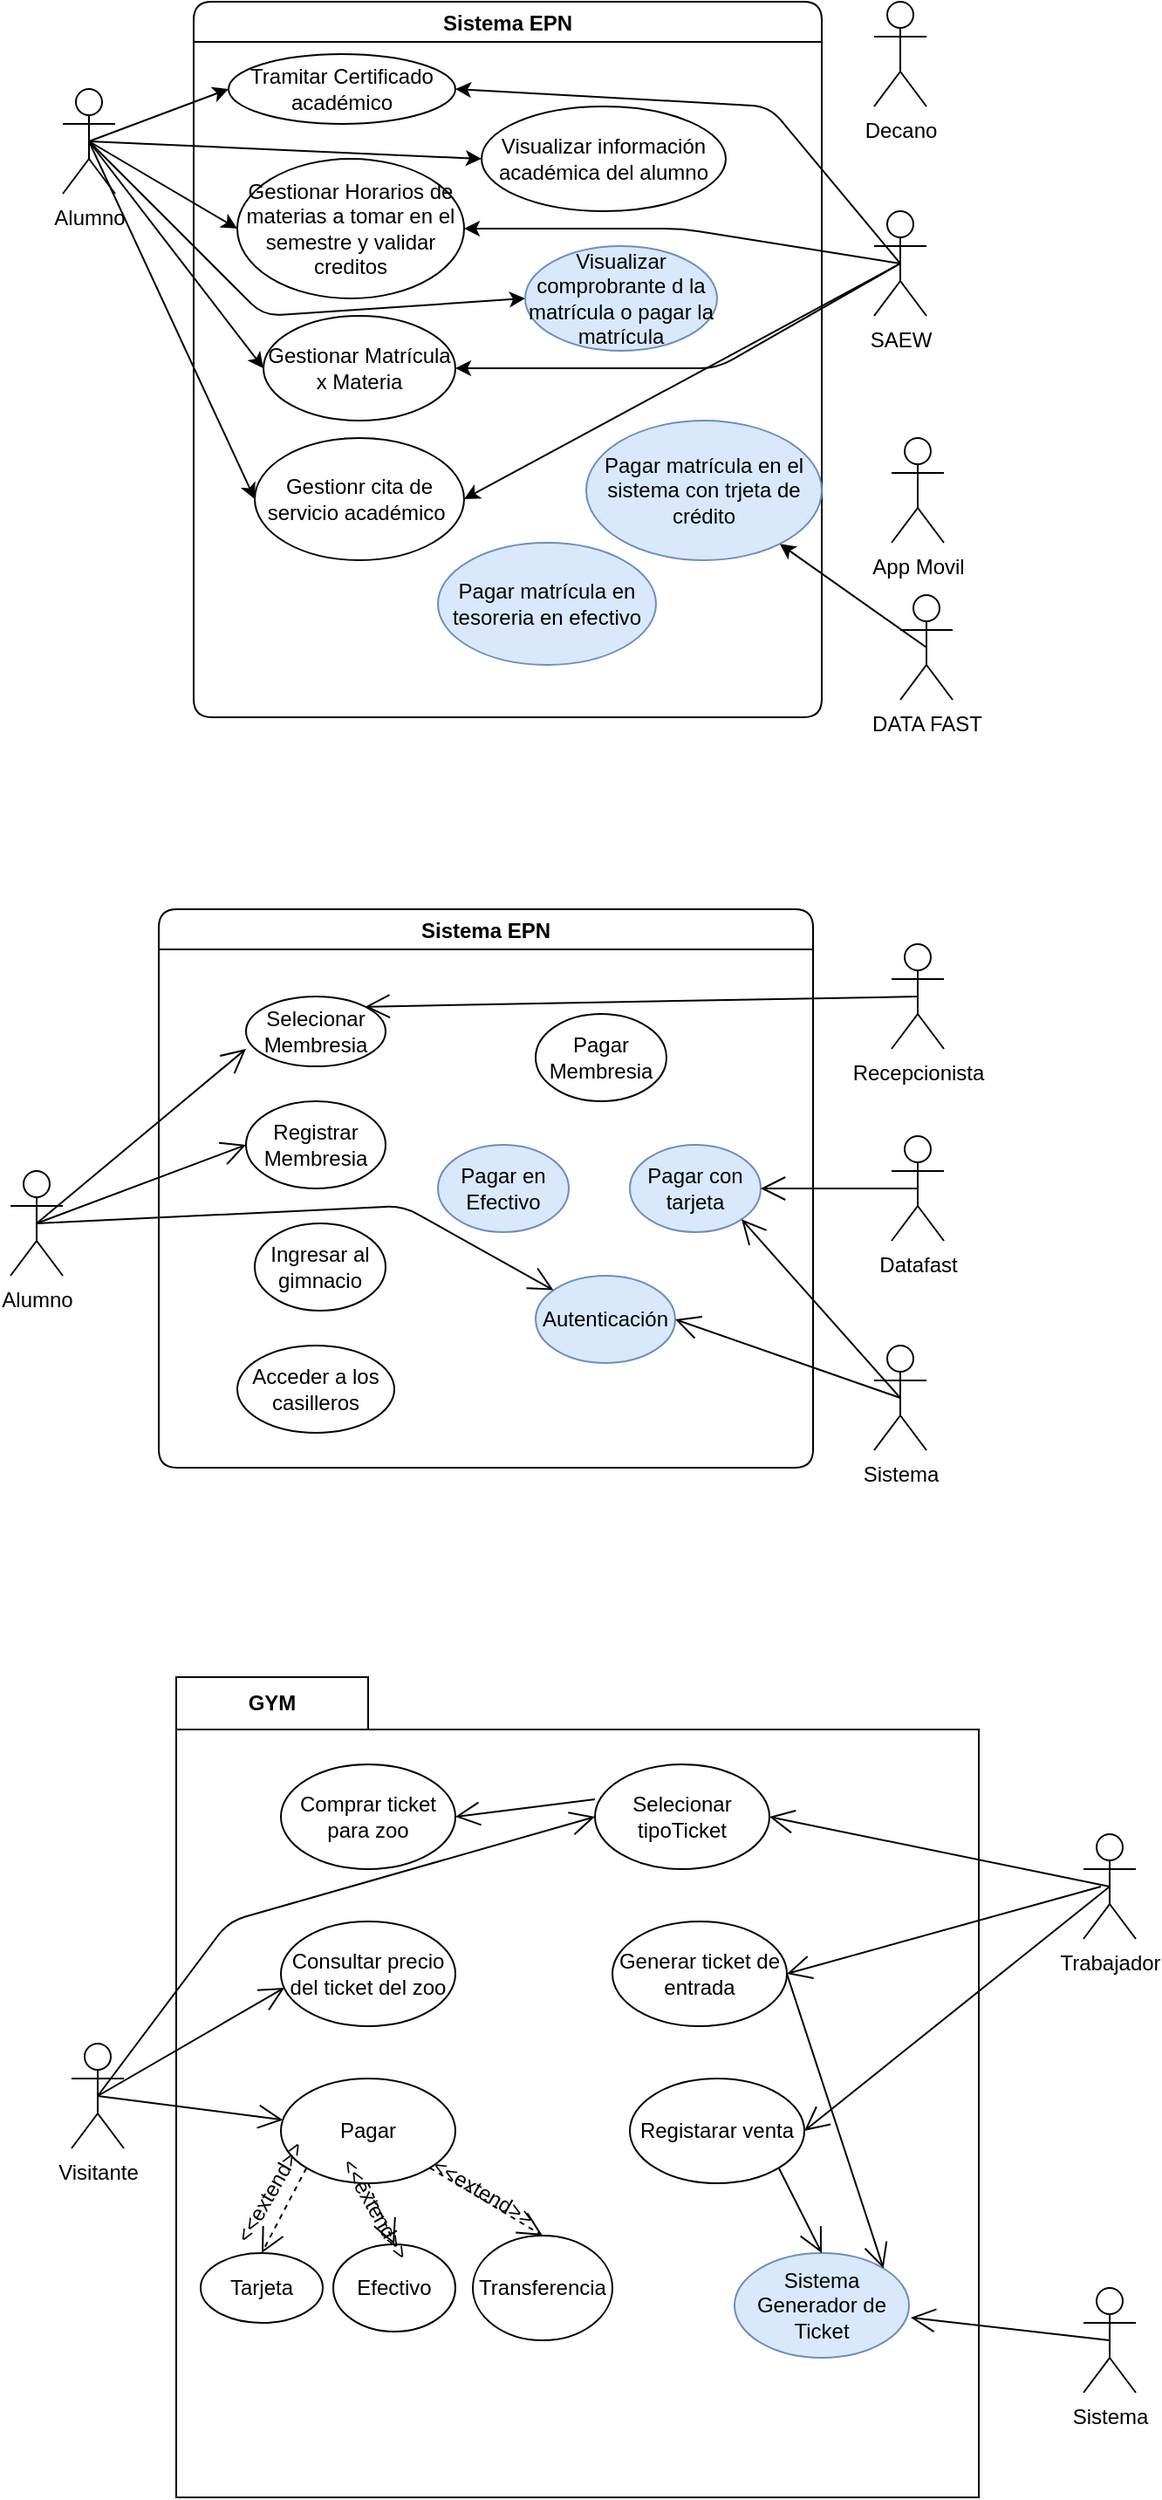
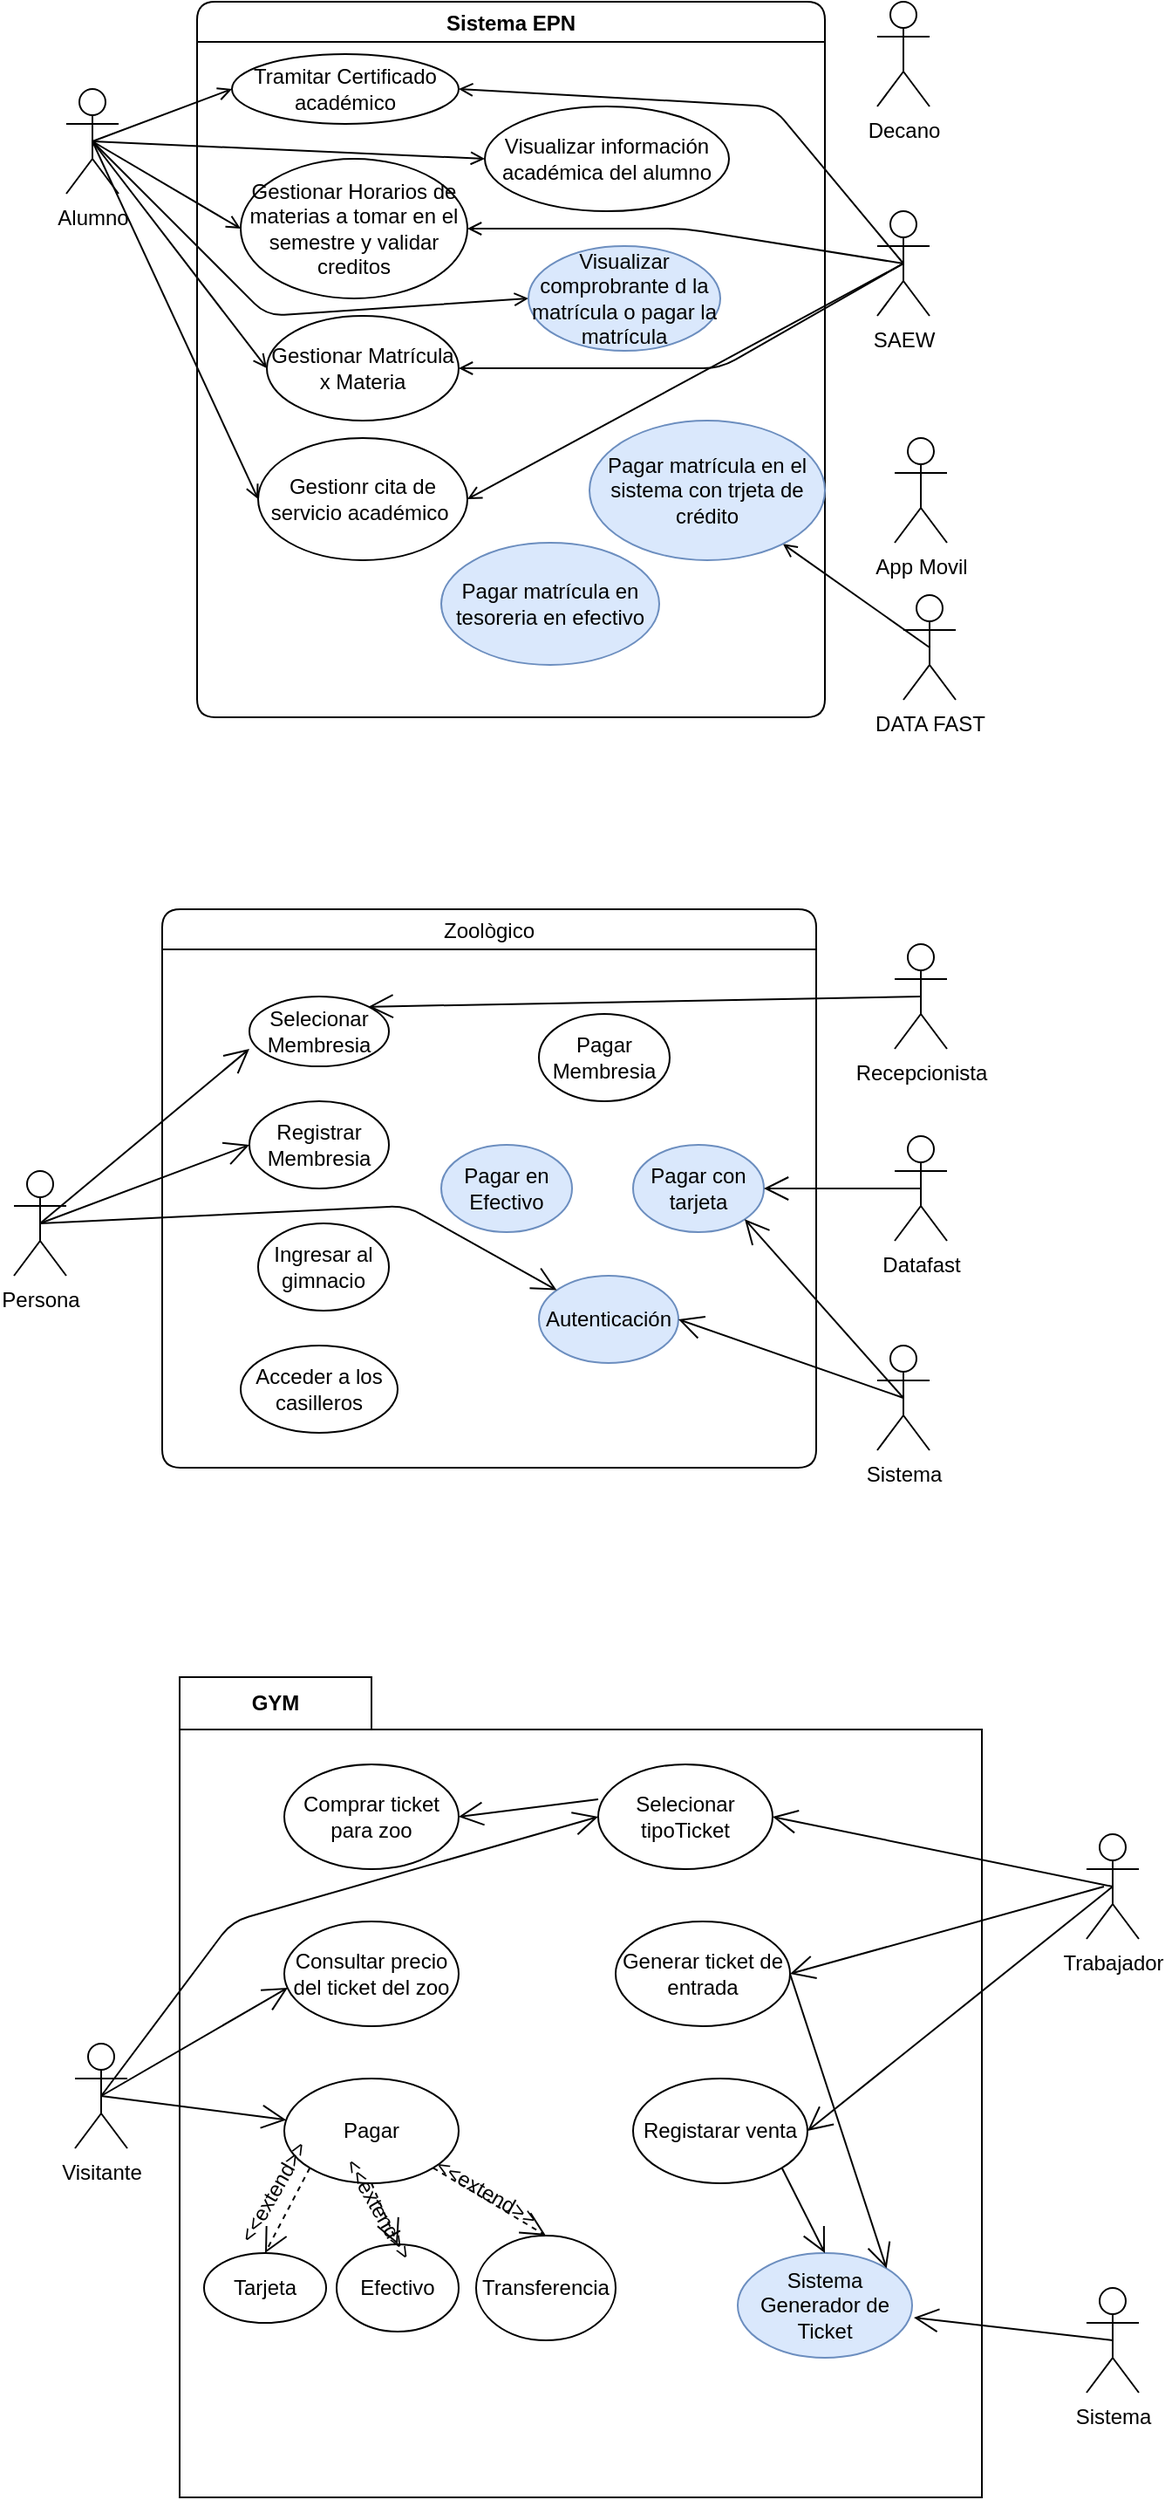
<mxfile host="65bd71144e">
    <diagram id="amYznTrUysAoOJKTi9GL" name="Página-1">
-         <mxGraphModel dx="5118" dy="3353" grid="1" gridSize="10" guides="1" tooltips="1" connect="1" arrows="1" fold="1" page="1" pageScale="1" pageWidth="827" pageHeight="1169" math="0" shadow="0">
+         <mxGraphModel dx="3934" dy="2887" grid="1" gridSize="10" guides="1" tooltips="1" connect="1" arrows="1" fold="1" page="1" pageScale="1" pageWidth="827" pageHeight="1169" math="0" shadow="0">
            <root>
                <mxCell id="0"/>
                <mxCell id="1" parent="0"/>
-                 <mxCell id="2" style="edgeStyle=none;html=1;exitX=0.5;exitY=0.5;exitDx=0;exitDy=0;exitPerimeter=0;entryX=0;entryY=0.5;entryDx=0;entryDy=0;rounded=1;" parent="1" target="23" edge="1">
-                     <mxGeometry relative="1" as="geometry">
-                         <mxPoint x="-3150" y="-2080" as="sourcePoint"/>
-                     </mxGeometry>
-                 </mxCell>
-                 <mxCell id="3" style="edgeStyle=none;html=1;exitX=0.5;exitY=0.5;exitDx=0;exitDy=0;exitPerimeter=0;entryX=0;entryY=0.5;entryDx=0;entryDy=0;rounded=1;" parent="1" target="13" edge="1">
-                     <mxGeometry relative="1" as="geometry">
-                         <mxPoint x="-3150" y="-2080" as="sourcePoint"/>
-                     </mxGeometry>
-                 </mxCell>
-                 <mxCell id="4" style="edgeStyle=none;html=1;exitX=0.5;exitY=0.5;exitDx=0;exitDy=0;exitPerimeter=0;rounded=1;" parent="1" edge="1">
+                 <mxCell id="2" style="edgeStyle=none;html=1;exitX=0.5;exitY=0.5;exitDx=0;exitDy=0;exitPerimeter=0;entryX=0;entryY=0.5;entryDx=0;entryDy=0;rounded=1;endArrow=open;endFill=0;" parent="1" target="23" edge="1">
+                     <mxGeometry relative="1" as="geometry">
+                         <mxPoint x="-3150" y="-2080" as="sourcePoint"/>
+                     </mxGeometry>
+                 </mxCell>
+                 <mxCell id="3" style="edgeStyle=none;html=1;exitX=0.5;exitY=0.5;exitDx=0;exitDy=0;exitPerimeter=0;entryX=0;entryY=0.5;entryDx=0;entryDy=0;rounded=1;endArrow=open;endFill=0;" parent="1" target="13" edge="1">
+                     <mxGeometry relative="1" as="geometry">
+                         <mxPoint x="-3150" y="-2080" as="sourcePoint"/>
+                     </mxGeometry>
+                 </mxCell>
+                 <mxCell id="4" style="edgeStyle=none;html=1;exitX=0.5;exitY=0.5;exitDx=0;exitDy=0;exitPerimeter=0;rounded=1;endArrow=open;endFill=0;" parent="1" edge="1">
                    <mxGeometry relative="1" as="geometry">
                        <mxPoint x="-3050" y="-1950" as="targetPoint"/>
                        <mxPoint x="-3150" y="-2080" as="sourcePoint"/>
                    </mxGeometry>
                </mxCell>
-                 <mxCell id="5" style="edgeStyle=none;html=1;exitX=0.5;exitY=0.5;exitDx=0;exitDy=0;exitPerimeter=0;entryX=0;entryY=0.5;entryDx=0;entryDy=0;rounded=1;" parent="1" target="12" edge="1">
-                     <mxGeometry relative="1" as="geometry">
-                         <mxPoint x="-3150" y="-2080" as="sourcePoint"/>
-                     </mxGeometry>
-                 </mxCell>
-                 <mxCell id="6" style="edgeStyle=none;html=1;exitX=0.5;exitY=0.5;exitDx=0;exitDy=0;exitPerimeter=0;entryX=0;entryY=0.5;entryDx=0;entryDy=0;rounded=1;" parent="1" target="19" edge="1">
-                     <mxGeometry relative="1" as="geometry">
-                         <mxPoint x="-3150" y="-2080" as="sourcePoint"/>
-                     </mxGeometry>
-                 </mxCell>
-                 <mxCell id="7" style="edgeStyle=none;rounded=1;html=1;exitX=0.5;exitY=0.5;exitDx=0;exitDy=0;exitPerimeter=0;entryX=0;entryY=0.5;entryDx=0;entryDy=0;" parent="1" target="20" edge="1">
+                 <mxCell id="5" style="edgeStyle=none;html=1;exitX=0.5;exitY=0.5;exitDx=0;exitDy=0;exitPerimeter=0;entryX=0;entryY=0.5;entryDx=0;entryDy=0;rounded=1;endArrow=open;endFill=0;" parent="1" target="12" edge="1">
+                     <mxGeometry relative="1" as="geometry">
+                         <mxPoint x="-3150" y="-2080" as="sourcePoint"/>
+                     </mxGeometry>
+                 </mxCell>
+                 <mxCell id="6" style="edgeStyle=none;html=1;exitX=0.5;exitY=0.5;exitDx=0;exitDy=0;exitPerimeter=0;entryX=0;entryY=0.5;entryDx=0;entryDy=0;rounded=1;endArrow=open;endFill=0;" parent="1" target="19" edge="1">
+                     <mxGeometry relative="1" as="geometry">
+                         <mxPoint x="-3150" y="-2080" as="sourcePoint"/>
+                     </mxGeometry>
+                 </mxCell>
+                 <mxCell id="7" style="edgeStyle=none;rounded=1;html=1;exitX=0.5;exitY=0.5;exitDx=0;exitDy=0;exitPerimeter=0;entryX=0;entryY=0.5;entryDx=0;entryDy=0;endArrow=open;endFill=0;" parent="1" target="20" edge="1">
                    <mxGeometry relative="1" as="geometry">
                        <mxPoint x="-3150" y="-2080" as="sourcePoint"/>
                        <Array as="points">
                            <mxPoint x="-3050" y="-1980"/>
                        </Array>
                    </mxGeometry>
                </mxCell>
-                 <mxCell id="8" style="edgeStyle=none;html=1;exitX=0.5;exitY=0.5;exitDx=0;exitDy=0;exitPerimeter=0;entryX=1;entryY=0.5;entryDx=0;entryDy=0;rounded=1;" parent="1" source="11" target="23" edge="1">
+                 <mxCell id="8" style="edgeStyle=none;html=1;exitX=0.5;exitY=0.5;exitDx=0;exitDy=0;exitPerimeter=0;entryX=1;entryY=0.5;entryDx=0;entryDy=0;rounded=1;endArrow=open;endFill=0;" parent="1" source="11" target="23" edge="1">
                    <mxGeometry relative="1" as="geometry">
                        <Array as="points">
                            <mxPoint x="-2760" y="-2100"/>
                        </Array>
                    </mxGeometry>
                </mxCell>
-                 <mxCell id="9" style="edgeStyle=none;html=1;exitX=0.5;exitY=0.5;exitDx=0;exitDy=0;exitPerimeter=0;entryX=1;entryY=0.5;entryDx=0;entryDy=0;rounded=1;" parent="1" source="11" target="14" edge="1">
+                 <mxCell id="9" style="edgeStyle=none;html=1;exitX=0.5;exitY=0.5;exitDx=0;exitDy=0;exitPerimeter=0;entryX=1;entryY=0.5;entryDx=0;entryDy=0;rounded=1;endArrow=open;endFill=0;" parent="1" source="11" target="14" edge="1">
                    <mxGeometry relative="1" as="geometry">
                        <Array as="points">
                            <mxPoint x="-2790" y="-1950"/>
                        </Array>
                    </mxGeometry>
                </mxCell>
-                 <mxCell id="10" style="edgeStyle=none;html=1;exitX=0.5;exitY=0.5;exitDx=0;exitDy=0;exitPerimeter=0;entryX=1;entryY=0.5;entryDx=0;entryDy=0;rounded=1;" parent="1" source="11" target="12" edge="1">
+                 <mxCell id="10" style="edgeStyle=none;html=1;exitX=0.5;exitY=0.5;exitDx=0;exitDy=0;exitPerimeter=0;entryX=1;entryY=0.5;entryDx=0;entryDy=0;rounded=1;endArrow=open;endFill=0;" parent="1" source="11" target="12" edge="1">
                    <mxGeometry relative="1" as="geometry"/>
                </mxCell>
                <mxCell id="11" value="SAEW&lt;div&gt;&lt;br&gt;&lt;/div&gt;" style="shape=umlActor;verticalLabelPosition=bottom;verticalAlign=top;html=1;outlineConnect=0;rounded=1;" parent="1" vertex="1">
                    <mxGeometry x="-2700" y="-2040" width="30" height="60" as="geometry"/>
                </mxCell>
                <mxCell id="12" value="Gestionr cita de servicio académico&amp;nbsp;" style="ellipse;whiteSpace=wrap;html=1;align=center;newEdgeStyle={&quot;edgeStyle&quot;:&quot;entityRelationEdgeStyle&quot;,&quot;startArrow&quot;:&quot;none&quot;,&quot;endArrow&quot;:&quot;none&quot;,&quot;segment&quot;:10,&quot;curved&quot;:1,&quot;sourcePerimeterSpacing&quot;:0,&quot;targetPerimeterSpacing&quot;:0};treeFolding=1;treeMoving=1;rounded=1;" parent="1" vertex="1">
                    <mxGeometry x="-3055" y="-1910" width="120" height="70" as="geometry"/>
                </mxCell>
                <mxCell id="13" value="Gestionar Horarios de materias a tomar en el semestre y validar creditos" style="ellipse;whiteSpace=wrap;html=1;align=center;newEdgeStyle={&quot;edgeStyle&quot;:&quot;entityRelationEdgeStyle&quot;,&quot;startArrow&quot;:&quot;none&quot;,&quot;endArrow&quot;:&quot;none&quot;,&quot;segment&quot;:10,&quot;curved&quot;:1,&quot;sourcePerimeterSpacing&quot;:0,&quot;targetPerimeterSpacing&quot;:0};treeFolding=1;treeMoving=1;rounded=1;" parent="1" vertex="1">
                    <mxGeometry x="-3065" y="-2070" width="130" height="80" as="geometry"/>
                </mxCell>
                <mxCell id="14" value="Gestionar Matrícula x Materia" style="ellipse;whiteSpace=wrap;html=1;align=center;newEdgeStyle={&quot;edgeStyle&quot;:&quot;entityRelationEdgeStyle&quot;,&quot;startArrow&quot;:&quot;none&quot;,&quot;endArrow&quot;:&quot;none&quot;,&quot;segment&quot;:10,&quot;curved&quot;:1,&quot;sourcePerimeterSpacing&quot;:0,&quot;targetPerimeterSpacing&quot;:0};treeFolding=1;treeMoving=1;rounded=1;" parent="1" vertex="1">
                    <mxGeometry x="-3050" y="-1980" width="110" height="60" as="geometry"/>
                </mxCell>
                <mxCell id="15" value="Decano" style="shape=umlActor;verticalLabelPosition=bottom;verticalAlign=top;html=1;outlineConnect=0;rounded=1;" parent="1" vertex="1">
                    <mxGeometry x="-2700" y="-2160" width="30" height="60" as="geometry"/>
                </mxCell>
-                 <mxCell id="16" style="edgeStyle=none;html=1;exitX=0.5;exitY=0.5;exitDx=0;exitDy=0;exitPerimeter=0;rounded=1;" parent="1" source="17" target="21" edge="1">
+                 <mxCell id="16" style="edgeStyle=none;html=1;exitX=0.5;exitY=0.5;exitDx=0;exitDy=0;exitPerimeter=0;rounded=1;endArrow=open;endFill=0;" parent="1" source="17" target="21" edge="1">
                    <mxGeometry relative="1" as="geometry"/>
                </mxCell>
                <mxCell id="17" value="&lt;div&gt;DATA FAST&lt;/div&gt;" style="shape=umlActor;verticalLabelPosition=bottom;verticalAlign=top;html=1;outlineConnect=0;rounded=1;" parent="1" vertex="1">
                    <mxGeometry x="-2685" y="-1820" width="30" height="60" as="geometry"/>
                </mxCell>
                <mxCell id="18" value="Sistema EPN" style="swimlane;rounded=1;" parent="1" vertex="1">
                    <mxGeometry x="-3090" y="-2160" width="360" height="410" as="geometry"/>
                </mxCell>
                <mxCell id="19" value="Visualizar información académica del alumno" style="ellipse;whiteSpace=wrap;html=1;align=center;newEdgeStyle={&quot;edgeStyle&quot;:&quot;entityRelationEdgeStyle&quot;,&quot;startArrow&quot;:&quot;none&quot;,&quot;endArrow&quot;:&quot;none&quot;,&quot;segment&quot;:10,&quot;curved&quot;:1,&quot;sourcePerimeterSpacing&quot;:0,&quot;targetPerimeterSpacing&quot;:0};treeFolding=1;treeMoving=1;rounded=1;" parent="18" vertex="1">
                    <mxGeometry x="165" y="60" width="140" height="60" as="geometry"/>
                </mxCell>
                <mxCell id="20" value="Visualizar comprobrante d la matrícula o pagar la matrícula" style="ellipse;whiteSpace=wrap;html=1;align=center;newEdgeStyle={&quot;edgeStyle&quot;:&quot;entityRelationEdgeStyle&quot;,&quot;startArrow&quot;:&quot;none&quot;,&quot;endArrow&quot;:&quot;none&quot;,&quot;segment&quot;:10,&quot;curved&quot;:1,&quot;sourcePerimeterSpacing&quot;:0,&quot;targetPerimeterSpacing&quot;:0};treeFolding=1;treeMoving=1;fillColor=#dae8fc;strokeColor=#6c8ebf;rounded=1;" parent="18" vertex="1">
                    <mxGeometry x="190" y="140" width="110" height="60" as="geometry"/>
                </mxCell>
                <mxCell id="21" value="Pagar matrícula en el sistema con trjeta de crédito" style="ellipse;whiteSpace=wrap;html=1;align=center;newEdgeStyle={&quot;edgeStyle&quot;:&quot;entityRelationEdgeStyle&quot;,&quot;startArrow&quot;:&quot;none&quot;,&quot;endArrow&quot;:&quot;none&quot;,&quot;segment&quot;:10,&quot;curved&quot;:1,&quot;sourcePerimeterSpacing&quot;:0,&quot;targetPerimeterSpacing&quot;:0};treeFolding=1;treeMoving=1;fillColor=#dae8fc;strokeColor=#6c8ebf;rounded=1;" parent="18" vertex="1">
                    <mxGeometry x="225" y="240" width="135" height="80" as="geometry"/>
                </mxCell>
                <mxCell id="22" value="Pagar matrícula en tesoreria en efectivo" style="ellipse;whiteSpace=wrap;html=1;align=center;newEdgeStyle={&quot;edgeStyle&quot;:&quot;entityRelationEdgeStyle&quot;,&quot;startArrow&quot;:&quot;none&quot;,&quot;endArrow&quot;:&quot;none&quot;,&quot;segment&quot;:10,&quot;curved&quot;:1,&quot;sourcePerimeterSpacing&quot;:0,&quot;targetPerimeterSpacing&quot;:0};treeFolding=1;treeMoving=1;fillColor=#dae8fc;strokeColor=#6c8ebf;rounded=1;" parent="18" vertex="1">
                    <mxGeometry x="140" y="310" width="125" height="70" as="geometry"/>
                </mxCell>
                <mxCell id="23" value="Tramitar Certificado académico" style="ellipse;whiteSpace=wrap;html=1;align=center;newEdgeStyle={&quot;edgeStyle&quot;:&quot;entityRelationEdgeStyle&quot;,&quot;startArrow&quot;:&quot;none&quot;,&quot;endArrow&quot;:&quot;none&quot;,&quot;segment&quot;:10,&quot;curved&quot;:1,&quot;sourcePerimeterSpacing&quot;:0,&quot;targetPerimeterSpacing&quot;:0};treeFolding=1;treeMoving=1;rounded=1;" parent="18" vertex="1">
                    <mxGeometry x="20" y="30" width="130" height="40" as="geometry"/>
                </mxCell>
                <mxCell id="24" value="&lt;div&gt;App Movil&lt;/div&gt;" style="shape=umlActor;verticalLabelPosition=bottom;verticalAlign=top;html=1;outlineConnect=0;rounded=1;" parent="1" vertex="1">
                    <mxGeometry x="-2690" y="-1910" width="30" height="60" as="geometry"/>
                </mxCell>
-                 <mxCell id="25" style="edgeStyle=none;html=1;exitX=0.5;exitY=0.5;exitDx=0;exitDy=0;exitPerimeter=0;entryX=1;entryY=0.5;entryDx=0;entryDy=0;rounded=1;" parent="1" source="11" target="13" edge="1">
+                 <mxCell id="25" style="edgeStyle=none;html=1;exitX=0.5;exitY=0.5;exitDx=0;exitDy=0;exitPerimeter=0;entryX=1;entryY=0.5;entryDx=0;entryDy=0;rounded=1;endArrow=open;endFill=0;" parent="1" source="11" target="13" edge="1">
                    <mxGeometry relative="1" as="geometry">
                        <Array as="points">
                            <mxPoint x="-2810" y="-2030"/>
                        </Array>
                    </mxGeometry>
                </mxCell>
                <mxCell id="27" value="Alumno" style="shape=umlActor;verticalLabelPosition=bottom;verticalAlign=top;html=1;outlineConnect=0;rounded=1;" parent="1" vertex="1">
                    <mxGeometry x="-3165" y="-2110" width="30" height="60" as="geometry"/>
                </mxCell>
                <mxCell id="121" value="Recepcionista" style="shape=umlActor;verticalLabelPosition=bottom;verticalAlign=top;html=1;outlineConnect=0;rounded=1;" parent="1" vertex="1">
                    <mxGeometry x="-2690" y="-1620" width="30" height="60" as="geometry"/>
                </mxCell>
                <mxCell id="123" value="&lt;div&gt;Sistema&lt;/div&gt;" style="shape=umlActor;verticalLabelPosition=bottom;verticalAlign=top;html=1;outlineConnect=0;rounded=1;" parent="1" vertex="1">
                    <mxGeometry x="-2700" y="-1390" width="30" height="60" as="geometry"/>
                </mxCell>
-                 <mxCell id="124" value="Sistema EPN" style="swimlane;rounded=1;" parent="1" vertex="1">
+                 <mxCell id="124" value="Zoològico" style="swimlane;rounded=1;startSize=23;fontStyle=0" parent="1" vertex="1">
                    <mxGeometry x="-3110" y="-1640" width="375" height="320" as="geometry"/>
                </mxCell>
                <mxCell id="125" value="Pagar Membresia" style="ellipse;whiteSpace=wrap;html=1;align=center;newEdgeStyle={&quot;edgeStyle&quot;:&quot;entityRelationEdgeStyle&quot;,&quot;startArrow&quot;:&quot;none&quot;,&quot;endArrow&quot;:&quot;none&quot;,&quot;segment&quot;:10,&quot;curved&quot;:1,&quot;sourcePerimeterSpacing&quot;:0,&quot;targetPerimeterSpacing&quot;:0};treeFolding=1;treeMoving=1;rounded=1;" parent="124" vertex="1">
                    <mxGeometry x="216" y="60" width="75" height="50" as="geometry"/>
                </mxCell>
                <mxCell id="126" value="Pagar en Efectivo" style="ellipse;whiteSpace=wrap;html=1;align=center;newEdgeStyle={&quot;edgeStyle&quot;:&quot;entityRelationEdgeStyle&quot;,&quot;startArrow&quot;:&quot;none&quot;,&quot;endArrow&quot;:&quot;none&quot;,&quot;segment&quot;:10,&quot;curved&quot;:1,&quot;sourcePerimeterSpacing&quot;:0,&quot;targetPerimeterSpacing&quot;:0};treeFolding=1;treeMoving=1;fillColor=#dae8fc;strokeColor=#6c8ebf;rounded=1;" parent="124" vertex="1">
                    <mxGeometry x="160" y="135" width="75" height="50" as="geometry"/>
                </mxCell>
                <mxCell id="127" value="Autenticación" style="ellipse;whiteSpace=wrap;html=1;align=center;newEdgeStyle={&quot;edgeStyle&quot;:&quot;entityRelationEdgeStyle&quot;,&quot;startArrow&quot;:&quot;none&quot;,&quot;endArrow&quot;:&quot;none&quot;,&quot;segment&quot;:10,&quot;curved&quot;:1,&quot;sourcePerimeterSpacing&quot;:0,&quot;targetPerimeterSpacing&quot;:0};treeFolding=1;treeMoving=1;fillColor=#dae8fc;strokeColor=#6c8ebf;rounded=1;" parent="124" vertex="1">
                    <mxGeometry x="216" y="210" width="80" height="50" as="geometry"/>
                </mxCell>
                <mxCell id="129" value="Selecionar Membresia" style="ellipse;whiteSpace=wrap;html=1;align=center;newEdgeStyle={&quot;edgeStyle&quot;:&quot;entityRelationEdgeStyle&quot;,&quot;startArrow&quot;:&quot;none&quot;,&quot;endArrow&quot;:&quot;none&quot;,&quot;segment&quot;:10,&quot;curved&quot;:1,&quot;sourcePerimeterSpacing&quot;:0,&quot;targetPerimeterSpacing&quot;:0};treeFolding=1;treeMoving=1;rounded=1;" parent="124" vertex="1">
                    <mxGeometry x="50" y="50" width="80" height="40" as="geometry"/>
                </mxCell>
                <mxCell id="140" value="Pagar con tarjeta" style="ellipse;whiteSpace=wrap;html=1;align=center;newEdgeStyle={&quot;edgeStyle&quot;:&quot;entityRelationEdgeStyle&quot;,&quot;startArrow&quot;:&quot;none&quot;,&quot;endArrow&quot;:&quot;none&quot;,&quot;segment&quot;:10,&quot;curved&quot;:1,&quot;sourcePerimeterSpacing&quot;:0,&quot;targetPerimeterSpacing&quot;:0};treeFolding=1;treeMoving=1;fillColor=#dae8fc;strokeColor=#6c8ebf;rounded=1;" parent="124" vertex="1">
                    <mxGeometry x="270" y="135" width="75" height="50" as="geometry"/>
                </mxCell>
                <mxCell id="118" value="Acceder a los casilleros" style="ellipse;whiteSpace=wrap;html=1;align=center;newEdgeStyle={&quot;edgeStyle&quot;:&quot;entityRelationEdgeStyle&quot;,&quot;startArrow&quot;:&quot;none&quot;,&quot;endArrow&quot;:&quot;none&quot;,&quot;segment&quot;:10,&quot;curved&quot;:1,&quot;sourcePerimeterSpacing&quot;:0,&quot;targetPerimeterSpacing&quot;:0};treeFolding=1;treeMoving=1;rounded=1;" parent="124" vertex="1" collapsed="1">
                    <mxGeometry x="45" y="250" width="90" height="50" as="geometry"/>
                </mxCell>
                <mxCell id="120" value="Ingresar al gimnacio" style="ellipse;whiteSpace=wrap;html=1;align=center;newEdgeStyle={&quot;edgeStyle&quot;:&quot;entityRelationEdgeStyle&quot;,&quot;startArrow&quot;:&quot;none&quot;,&quot;endArrow&quot;:&quot;none&quot;,&quot;segment&quot;:10,&quot;curved&quot;:1,&quot;sourcePerimeterSpacing&quot;:0,&quot;targetPerimeterSpacing&quot;:0};treeFolding=1;treeMoving=1;rounded=1;" parent="124" vertex="1">
                    <mxGeometry x="55" y="180" width="75" height="50" as="geometry"/>
                </mxCell>
                <mxCell id="119" value="Registrar Membresia" style="ellipse;whiteSpace=wrap;html=1;align=center;newEdgeStyle={&quot;edgeStyle&quot;:&quot;entityRelationEdgeStyle&quot;,&quot;startArrow&quot;:&quot;none&quot;,&quot;endArrow&quot;:&quot;none&quot;,&quot;segment&quot;:10,&quot;curved&quot;:1,&quot;sourcePerimeterSpacing&quot;:0,&quot;targetPerimeterSpacing&quot;:0};treeFolding=1;treeMoving=1;rounded=1;" parent="124" vertex="1">
                    <mxGeometry x="50" y="110" width="80" height="50" as="geometry"/>
                </mxCell>
                <mxCell id="130" value="&lt;div&gt;Datafast&lt;/div&gt;" style="shape=umlActor;verticalLabelPosition=bottom;verticalAlign=top;html=1;outlineConnect=0;rounded=1;" parent="1" vertex="1">
                    <mxGeometry x="-2690" y="-1510" width="30" height="60" as="geometry"/>
                </mxCell>
-                 <mxCell id="133" value="Alumno" style="shape=umlActor;verticalLabelPosition=bottom;verticalAlign=top;html=1;outlineConnect=0;rounded=1;" parent="1" vertex="1">
+                 <mxCell id="133" value="Persona" style="shape=umlActor;verticalLabelPosition=bottom;verticalAlign=top;html=1;outlineConnect=0;rounded=1;" parent="1" vertex="1">
                    <mxGeometry x="-3195" y="-1490" width="30" height="60" as="geometry"/>
                </mxCell>
                <mxCell id="148" value="" style="endArrow=open;endFill=1;endSize=12;html=1;exitX=0.5;exitY=0.5;exitDx=0;exitDy=0;exitPerimeter=0;entryX=1;entryY=0;entryDx=0;entryDy=0;" parent="1" source="121" target="129" edge="1">
                    <mxGeometry width="160" relative="1" as="geometry">
                        <mxPoint x="-2970" y="-1430" as="sourcePoint"/>
                        <mxPoint x="-2810" y="-1430" as="targetPoint"/>
                    </mxGeometry>
                </mxCell>
                <mxCell id="149" value="" style="endArrow=open;endFill=1;endSize=12;html=1;exitX=0.5;exitY=0.5;exitDx=0;exitDy=0;exitPerimeter=0;entryX=1;entryY=0.5;entryDx=0;entryDy=0;" parent="1" source="130" target="140" edge="1">
                    <mxGeometry width="160" relative="1" as="geometry">
                        <mxPoint x="-2800" y="-1440" as="sourcePoint"/>
                        <mxPoint x="-2810" y="-1430" as="targetPoint"/>
                    </mxGeometry>
                </mxCell>
                <mxCell id="150" value="" style="endArrow=open;endFill=1;endSize=12;html=1;exitX=0.5;exitY=0.5;exitDx=0;exitDy=0;exitPerimeter=0;entryX=1;entryY=0.5;entryDx=0;entryDy=0;" parent="1" source="123" target="127" edge="1">
                    <mxGeometry width="160" relative="1" as="geometry">
                        <mxPoint x="-2970" y="-1430" as="sourcePoint"/>
                        <mxPoint x="-2810" y="-1430" as="targetPoint"/>
                    </mxGeometry>
                </mxCell>
                <mxCell id="151" value="" style="endArrow=open;endFill=1;endSize=12;html=1;exitX=0.5;exitY=0.5;exitDx=0;exitDy=0;exitPerimeter=0;" parent="1" source="133" target="127" edge="1">
                    <mxGeometry width="160" relative="1" as="geometry">
                        <mxPoint x="-3110" y="-1240" as="sourcePoint"/>
                        <mxPoint x="-2950" y="-1240" as="targetPoint"/>
                        <Array as="points">
                            <mxPoint x="-2970" y="-1470"/>
                        </Array>
                    </mxGeometry>
                </mxCell>
                <mxCell id="152" value="" style="endArrow=open;endFill=1;endSize=12;html=1;exitX=0.5;exitY=0.5;exitDx=0;exitDy=0;exitPerimeter=0;entryX=0;entryY=0.75;entryDx=0;entryDy=0;entryPerimeter=0;" parent="1" source="133" target="129" edge="1">
                    <mxGeometry width="160" relative="1" as="geometry">
                        <mxPoint x="-3280" y="-1290" as="sourcePoint"/>
                        <mxPoint x="-3120" y="-1290" as="targetPoint"/>
                    </mxGeometry>
                </mxCell>
                <mxCell id="153" value="" style="endArrow=open;endFill=1;endSize=12;html=1;exitX=0.5;exitY=0.5;exitDx=0;exitDy=0;exitPerimeter=0;entryX=1;entryY=1;entryDx=0;entryDy=0;" parent="1" source="123" target="140" edge="1">
                    <mxGeometry width="160" relative="1" as="geometry">
                        <mxPoint x="-2675" y="-1350" as="sourcePoint"/>
                        <mxPoint x="-2804" y="-1395" as="targetPoint"/>
                    </mxGeometry>
                </mxCell>
                <mxCell id="155" value="" style="endArrow=open;endFill=1;endSize=12;html=1;exitX=0.5;exitY=0.5;exitDx=0;exitDy=0;exitPerimeter=0;entryX=0;entryY=0.5;entryDx=0;entryDy=0;" parent="1" source="133" target="119" edge="1">
                    <mxGeometry width="160" relative="1" as="geometry">
                        <mxPoint x="-3170" y="-1450" as="sourcePoint"/>
                        <mxPoint x="-3050" y="-1550" as="targetPoint"/>
                    </mxGeometry>
                </mxCell>
-                 <mxCell id="159" value="GYM" style="shape=folder;fontStyle=1;tabWidth=110;tabHeight=30;tabPosition=left;html=1;boundedLbl=1;labelInHeader=1;container=1;collapsible=0;whiteSpace=wrap;" vertex="1" parent="1">
+                 <mxCell id="159" value="GYM" style="shape=folder;fontStyle=1;tabWidth=110;tabHeight=30;tabPosition=left;html=1;boundedLbl=1;labelInHeader=1;container=1;collapsible=0;whiteSpace=wrap;" parent="1" vertex="1">
                    <mxGeometry x="-3100" y="-1200" width="460" height="470" as="geometry"/>
                </mxCell>
-                 <mxCell id="160" value="" style="html=1;strokeColor=none;resizeWidth=1;resizeHeight=1;fillColor=none;part=1;connectable=0;allowArrows=0;deletable=0;whiteSpace=wrap;" vertex="1" parent="159">
+                 <mxCell id="160" value="" style="html=1;strokeColor=none;resizeWidth=1;resizeHeight=1;fillColor=none;part=1;connectable=0;allowArrows=0;deletable=0;whiteSpace=wrap;" parent="159" vertex="1">
                    <mxGeometry width="460.00000000000006" height="329" relative="1" as="geometry">
                        <mxPoint y="30" as="offset"/>
                    </mxGeometry>
                </mxCell>
-                 <mxCell id="161" value="Comprar ticket para zoo" style="ellipse;html=1;whiteSpace=wrap;" vertex="1" parent="159">
+                 <mxCell id="161" value="Comprar ticket para zoo" style="ellipse;html=1;whiteSpace=wrap;" parent="159" vertex="1">
                    <mxGeometry x="60" y="50" width="100" height="60" as="geometry"/>
                </mxCell>
-                 <mxCell id="162" value="Consultar precio del ticket del zoo" style="ellipse;html=1;whiteSpace=wrap;" vertex="1" parent="159">
+                 <mxCell id="162" value="Consultar precio del ticket del zoo" style="ellipse;html=1;whiteSpace=wrap;" parent="159" vertex="1">
                    <mxGeometry x="60" y="140" width="100" height="60" as="geometry"/>
                </mxCell>
-                 <mxCell id="163" value="Pagar" style="ellipse;html=1;whiteSpace=wrap;" vertex="1" parent="159">
+                 <mxCell id="163" value="Pagar" style="ellipse;html=1;whiteSpace=wrap;" parent="159" vertex="1">
                    <mxGeometry x="60" y="230" width="100" height="60" as="geometry"/>
                </mxCell>
-                 <mxCell id="164" value="Selecionar tipoTicket" style="ellipse;html=1;whiteSpace=wrap;" vertex="1" parent="159">
+                 <mxCell id="164" value="Selecionar tipoTicket" style="ellipse;html=1;whiteSpace=wrap;" parent="159" vertex="1">
                    <mxGeometry x="240" y="50" width="100" height="60" as="geometry"/>
                </mxCell>
-                 <mxCell id="165" value="Generar ticket de entrada" style="ellipse;html=1;whiteSpace=wrap;" vertex="1" parent="159">
+                 <mxCell id="165" value="Generar ticket de entrada" style="ellipse;html=1;whiteSpace=wrap;" parent="159" vertex="1">
                    <mxGeometry x="250" y="140" width="100" height="60" as="geometry"/>
                </mxCell>
-                 <mxCell id="170" value="Tarjeta" style="ellipse;html=1;whiteSpace=wrap;" vertex="1" parent="159">
+                 <mxCell id="170" value="Tarjeta" style="ellipse;html=1;whiteSpace=wrap;" parent="159" vertex="1">
                    <mxGeometry x="14" y="330" width="70" height="40" as="geometry"/>
                </mxCell>
-                 <mxCell id="169" value="Efectivo" style="ellipse;html=1;whiteSpace=wrap;" vertex="1" parent="159">
+                 <mxCell id="169" value="Efectivo" style="ellipse;html=1;whiteSpace=wrap;" parent="159" vertex="1">
                    <mxGeometry x="90" y="325" width="70" height="50" as="geometry"/>
                </mxCell>
-                 <mxCell id="168" value="Transferencia" style="ellipse;html=1;whiteSpace=wrap;" vertex="1" parent="159">
+                 <mxCell id="168" value="Transferencia" style="ellipse;html=1;whiteSpace=wrap;" parent="159" vertex="1">
                    <mxGeometry x="170" y="320" width="80" height="60" as="geometry"/>
                </mxCell>
-                 <mxCell id="167" value="Sistema Generador de Ticket" style="ellipse;html=1;whiteSpace=wrap;fillColor=#dae8fc;strokeColor=#6c8ebf;" vertex="1" parent="159">
+                 <mxCell id="167" value="Sistema Generador de Ticket" style="ellipse;html=1;whiteSpace=wrap;fillColor=#dae8fc;strokeColor=#6c8ebf;" parent="159" vertex="1">
                    <mxGeometry x="320" y="330" width="100" height="60" as="geometry"/>
                </mxCell>
-                 <mxCell id="166" value="Registarar venta" style="ellipse;html=1;whiteSpace=wrap;" vertex="1" parent="159">
+                 <mxCell id="166" value="Registarar venta" style="ellipse;html=1;whiteSpace=wrap;" parent="159" vertex="1">
                    <mxGeometry x="260" y="230" width="100" height="60" as="geometry"/>
                </mxCell>
-                 <mxCell id="186" value="" style="endArrow=open;endFill=1;endSize=12;html=1;entryX=0.5;entryY=0;entryDx=0;entryDy=0;exitX=0;exitY=1;exitDx=0;exitDy=0;dashed=1;" edge="1" parent="159" source="163" target="170">
+                 <mxCell id="186" value="" style="endArrow=open;endFill=1;endSize=12;html=1;entryX=0.5;entryY=0;entryDx=0;entryDy=0;exitX=0;exitY=1;exitDx=0;exitDy=0;dashed=1;" parent="159" source="163" target="170" edge="1">
                    <mxGeometry width="160" relative="1" as="geometry">
                        <mxPoint x="545" y="140" as="sourcePoint"/>
                        <mxPoint x="370" y="270" as="targetPoint"/>
                    </mxGeometry>
                </mxCell>
-                 <mxCell id="188" value="" style="endArrow=open;endFill=1;endSize=12;html=1;entryX=0.5;entryY=0;entryDx=0;entryDy=0;exitX=1;exitY=1;exitDx=0;exitDy=0;dashed=1;" edge="1" parent="159" source="163" target="168">
+                 <mxCell id="188" value="" style="endArrow=open;endFill=1;endSize=12;html=1;entryX=0.5;entryY=0;entryDx=0;entryDy=0;exitX=1;exitY=1;exitDx=0;exitDy=0;dashed=1;" parent="159" source="163" target="168" edge="1">
                    <mxGeometry width="160" relative="1" as="geometry">
                        <mxPoint x="95" y="301" as="sourcePoint"/>
                        <mxPoint x="69" y="350" as="targetPoint"/>
                    </mxGeometry>
                </mxCell>
-                 <mxCell id="187" value="" style="endArrow=open;endFill=1;endSize=12;html=1;entryX=0.5;entryY=0;entryDx=0;entryDy=0;exitX=0.5;exitY=1;exitDx=0;exitDy=0;dashed=1;" edge="1" parent="159" source="163" target="169">
+                 <mxCell id="187" value="" style="endArrow=open;endFill=1;endSize=12;html=1;entryX=0.5;entryY=0;entryDx=0;entryDy=0;exitX=0.5;exitY=1;exitDx=0;exitDy=0;dashed=1;" parent="159" source="163" target="169" edge="1">
                    <mxGeometry width="160" relative="1" as="geometry">
                        <mxPoint x="85" y="291" as="sourcePoint"/>
                        <mxPoint x="59" y="340" as="targetPoint"/>
                    </mxGeometry>
                </mxCell>
-                 <mxCell id="189" value="&amp;lt;&amp;lt;extend&amp;gt;&amp;gt;" style="text;html=1;align=center;verticalAlign=middle;whiteSpace=wrap;rounded=0;rotation=-60;" vertex="1" parent="159">
+                 <mxCell id="189" value="&amp;lt;&amp;lt;extend&amp;gt;&amp;gt;" style="text;html=1;align=center;verticalAlign=middle;whiteSpace=wrap;rounded=0;rotation=-60;" parent="159" vertex="1">
                    <mxGeometry x="24" y="280" width="60" height="30" as="geometry"/>
                </mxCell>
-                 <mxCell id="191" value="&amp;lt;&amp;lt;extend&amp;gt;&amp;gt;" style="text;html=1;align=center;verticalAlign=middle;whiteSpace=wrap;rounded=0;rotation=30;" vertex="1" parent="159">
+                 <mxCell id="191" value="&amp;lt;&amp;lt;extend&amp;gt;&amp;gt;" style="text;html=1;align=center;verticalAlign=middle;whiteSpace=wrap;rounded=0;rotation=30;" parent="159" vertex="1">
                    <mxGeometry x="145.5" y="280" width="60" height="30" as="geometry"/>
                </mxCell>
-                 <mxCell id="190" value="&amp;lt;&amp;lt;extend&amp;gt;&amp;gt;" style="text;html=1;align=center;verticalAlign=middle;whiteSpace=wrap;rounded=0;rotation=60;" vertex="1" parent="159">
+                 <mxCell id="190" value="&amp;lt;&amp;lt;extend&amp;gt;&amp;gt;" style="text;html=1;align=center;verticalAlign=middle;whiteSpace=wrap;rounded=0;rotation=60;" parent="159" vertex="1">
                    <mxGeometry x="84" y="290" width="60" height="30" as="geometry"/>
                </mxCell>
-                 <mxCell id="196" value="" style="endArrow=open;endFill=1;endSize=12;html=1;entryX=1;entryY=0;entryDx=0;entryDy=0;exitX=1;exitY=0.5;exitDx=0;exitDy=0;" edge="1" parent="159" source="165" target="167">
+                 <mxCell id="196" value="" style="endArrow=open;endFill=1;endSize=12;html=1;entryX=1;entryY=0;entryDx=0;entryDy=0;exitX=1;exitY=0.5;exitDx=0;exitDy=0;" parent="159" source="165" target="167" edge="1">
                    <mxGeometry width="160" relative="1" as="geometry">
                        <mxPoint x="540" y="130" as="sourcePoint"/>
                        <mxPoint x="360" y="180" as="targetPoint"/>
                    </mxGeometry>
                </mxCell>
-                 <mxCell id="197" value="" style="endArrow=open;endFill=1;endSize=12;html=1;entryX=0.5;entryY=0;entryDx=0;entryDy=0;exitX=1;exitY=1;exitDx=0;exitDy=0;" edge="1" parent="159" source="166" target="167">
+                 <mxCell id="197" value="" style="endArrow=open;endFill=1;endSize=12;html=1;entryX=0.5;entryY=0;entryDx=0;entryDy=0;exitX=1;exitY=1;exitDx=0;exitDy=0;" parent="159" source="166" target="167" edge="1">
                    <mxGeometry width="160" relative="1" as="geometry">
                        <mxPoint x="360" y="180" as="sourcePoint"/>
                        <mxPoint x="415" y="349" as="targetPoint"/>
                    </mxGeometry>
                </mxCell>
-                 <mxCell id="172" value="&lt;div&gt;Sistema&lt;/div&gt;" style="shape=umlActor;verticalLabelPosition=bottom;verticalAlign=top;html=1;outlineConnect=0;rounded=1;" vertex="1" parent="1">
+                 <mxCell id="172" value="&lt;div&gt;Sistema&lt;/div&gt;" style="shape=umlActor;verticalLabelPosition=bottom;verticalAlign=top;html=1;outlineConnect=0;rounded=1;" parent="1" vertex="1">
                    <mxGeometry x="-2580" y="-850" width="30" height="60" as="geometry"/>
                </mxCell>
-                 <mxCell id="176" value="Visitante" style="shape=umlActor;verticalLabelPosition=bottom;verticalAlign=top;html=1;outlineConnect=0;rounded=1;" vertex="1" parent="1">
+                 <mxCell id="176" value="Visitante" style="shape=umlActor;verticalLabelPosition=bottom;verticalAlign=top;html=1;outlineConnect=0;rounded=1;" parent="1" vertex="1">
                    <mxGeometry x="-3160" y="-990" width="30" height="60" as="geometry"/>
                </mxCell>
-                 <mxCell id="177" value="" style="endArrow=open;endFill=1;endSize=12;html=1;exitX=0.5;exitY=0.5;exitDx=0;exitDy=0;exitPerimeter=0;entryX=0.02;entryY=0.633;entryDx=0;entryDy=0;entryPerimeter=0;" edge="1" parent="1" source="176" target="162">
+                 <mxCell id="177" value="" style="endArrow=open;endFill=1;endSize=12;html=1;exitX=0.5;exitY=0.5;exitDx=0;exitDy=0;exitPerimeter=0;entryX=0.02;entryY=0.633;entryDx=0;entryDy=0;entryPerimeter=0;" parent="1" source="176" target="162" edge="1">
                    <mxGeometry width="160" relative="1" as="geometry">
                        <mxPoint x="-3100" y="-920" as="sourcePoint"/>
                        <mxPoint x="-2940" y="-920" as="targetPoint"/>
                    </mxGeometry>
                </mxCell>
-                 <mxCell id="178" value="" style="endArrow=open;endFill=1;endSize=12;html=1;exitX=0.5;exitY=0.5;exitDx=0;exitDy=0;exitPerimeter=0;entryX=0;entryY=0.5;entryDx=0;entryDy=0;" edge="1" parent="1" source="176" target="164">
+                 <mxCell id="178" value="" style="endArrow=open;endFill=1;endSize=12;html=1;exitX=0.5;exitY=0.5;exitDx=0;exitDy=0;exitPerimeter=0;entryX=0;entryY=0.5;entryDx=0;entryDy=0;" parent="1" source="176" target="164" edge="1">
                    <mxGeometry width="160" relative="1" as="geometry">
                        <mxPoint x="-3135" y="-950" as="sourcePoint"/>
                        <mxPoint x="-3028" y="-1022" as="targetPoint"/>
                        <Array as="points">
                            <mxPoint x="-3070" y="-1060"/>
                        </Array>
                    </mxGeometry>
                </mxCell>
-                 <mxCell id="179" value="" style="endArrow=open;endFill=1;endSize=12;html=1;exitX=0.5;exitY=0.5;exitDx=0;exitDy=0;exitPerimeter=0;" edge="1" parent="1" source="176" target="163">
+                 <mxCell id="179" value="" style="endArrow=open;endFill=1;endSize=12;html=1;exitX=0.5;exitY=0.5;exitDx=0;exitDy=0;exitPerimeter=0;" parent="1" source="176" target="163" edge="1">
                    <mxGeometry width="160" relative="1" as="geometry">
                        <mxPoint x="-3125" y="-940" as="sourcePoint"/>
                        <mxPoint x="-3018" y="-1012" as="targetPoint"/>
                    </mxGeometry>
                </mxCell>
-                 <mxCell id="181" value="" style="endArrow=open;endFill=1;endSize=12;html=1;entryX=1;entryY=0.5;entryDx=0;entryDy=0;" edge="1" parent="1" target="161">
+                 <mxCell id="181" value="" style="endArrow=open;endFill=1;endSize=12;html=1;entryX=1;entryY=0.5;entryDx=0;entryDy=0;" parent="1" target="161" edge="1">
                    <mxGeometry width="160" relative="1" as="geometry">
                        <mxPoint x="-2860" y="-1130" as="sourcePoint"/>
                        <mxPoint x="-3028" y="-1022" as="targetPoint"/>
                    </mxGeometry>
                </mxCell>
-                 <mxCell id="182" value="&lt;div&gt;Trabajador&lt;/div&gt;" style="shape=umlActor;verticalLabelPosition=bottom;verticalAlign=top;html=1;outlineConnect=0;rounded=1;" vertex="1" parent="1">
+                 <mxCell id="182" value="&lt;div&gt;Trabajador&lt;/div&gt;" style="shape=umlActor;verticalLabelPosition=bottom;verticalAlign=top;html=1;outlineConnect=0;rounded=1;" parent="1" vertex="1">
                    <mxGeometry x="-2580" y="-1110" width="30" height="60" as="geometry"/>
                </mxCell>
-                 <mxCell id="183" value="" style="endArrow=open;endFill=1;endSize=12;html=1;exitX=0.5;exitY=0.5;exitDx=0;exitDy=0;exitPerimeter=0;entryX=1;entryY=0.5;entryDx=0;entryDy=0;" edge="1" parent="1" source="182" target="164">
+                 <mxCell id="183" value="" style="endArrow=open;endFill=1;endSize=12;html=1;exitX=0.5;exitY=0.5;exitDx=0;exitDy=0;exitPerimeter=0;entryX=1;entryY=0.5;entryDx=0;entryDy=0;" parent="1" source="182" target="164" edge="1">
                    <mxGeometry width="160" relative="1" as="geometry">
                        <mxPoint x="-3135" y="-950" as="sourcePoint"/>
                        <mxPoint x="-3030" y="-943" as="targetPoint"/>
                    </mxGeometry>
                </mxCell>
-                 <mxCell id="184" value="" style="endArrow=open;endFill=1;endSize=12;html=1;entryX=1;entryY=0.5;entryDx=0;entryDy=0;" edge="1" parent="1" target="165">
+                 <mxCell id="184" value="" style="endArrow=open;endFill=1;endSize=12;html=1;entryX=1;entryY=0.5;entryDx=0;entryDy=0;" parent="1" target="165" edge="1">
                    <mxGeometry width="160" relative="1" as="geometry">
                        <mxPoint x="-2570" y="-1080" as="sourcePoint"/>
                        <mxPoint x="-2750" y="-1120" as="targetPoint"/>
                    </mxGeometry>
                </mxCell>
-                 <mxCell id="185" value="" style="endArrow=open;endFill=1;endSize=12;html=1;entryX=1;entryY=0.5;entryDx=0;entryDy=0;exitX=0.5;exitY=0.5;exitDx=0;exitDy=0;exitPerimeter=0;" edge="1" parent="1" source="182" target="166">
+                 <mxCell id="185" value="" style="endArrow=open;endFill=1;endSize=12;html=1;entryX=1;entryY=0.5;entryDx=0;entryDy=0;exitX=0.5;exitY=0.5;exitDx=0;exitDy=0;exitPerimeter=0;" parent="1" source="182" target="166" edge="1">
                    <mxGeometry width="160" relative="1" as="geometry">
                        <mxPoint x="-2570" y="-1080" as="sourcePoint"/>
                        <mxPoint x="-2740" y="-1110" as="targetPoint"/>
                    </mxGeometry>
                </mxCell>
-                 <mxCell id="198" value="" style="endArrow=open;endFill=1;endSize=12;html=1;entryX=1.01;entryY=0.617;entryDx=0;entryDy=0;exitX=0.5;exitY=0.5;exitDx=0;exitDy=0;exitPerimeter=0;entryPerimeter=0;" edge="1" parent="1" source="172" target="167">
+                 <mxCell id="198" value="" style="endArrow=open;endFill=1;endSize=12;html=1;entryX=1.01;entryY=0.617;entryDx=0;entryDy=0;exitX=0.5;exitY=0.5;exitDx=0;exitDy=0;exitPerimeter=0;entryPerimeter=0;" parent="1" source="172" target="167" edge="1">
                    <mxGeometry width="160" relative="1" as="geometry">
                        <mxPoint x="-2740" y="-1020" as="sourcePoint"/>
                        <mxPoint x="-2685" y="-851" as="targetPoint"/>
                    </mxGeometry>
                </mxCell>
            </root>
        </mxGraphModel>
    </diagram>
</mxfile>